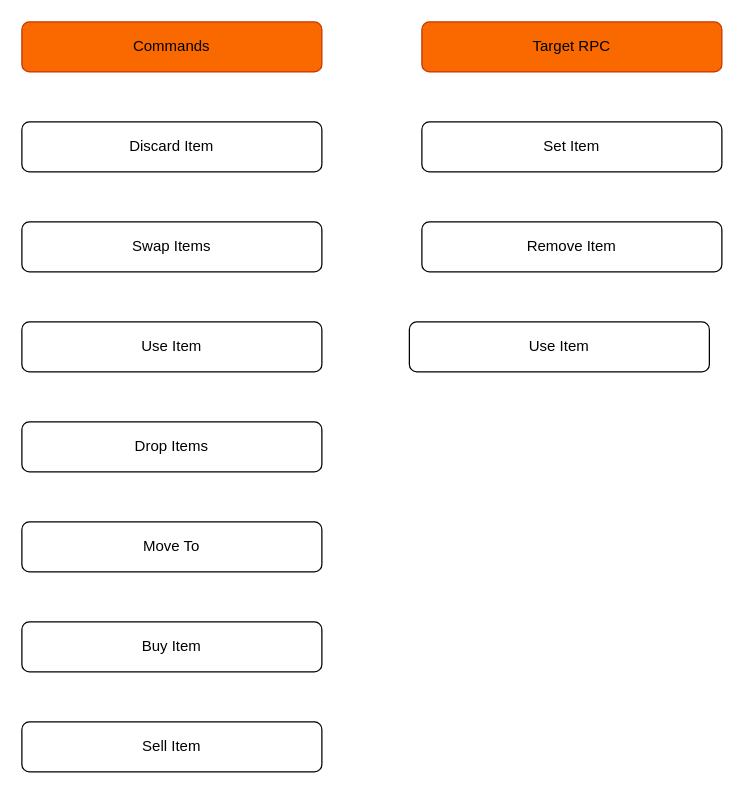
This is Diagrams/Diagramma senza titolo.drawio from andrex903/OdenFlow, a draw.io file, before an edit. Source tidied: cells renumbered, new cells numbered last; positions are measured from the earlier drawing's top-left corner, leaving out a move shared by most shapes. Both pictures are drawn from the tidied source at 125%, with x=0, y=0 at pixel (21, 21).
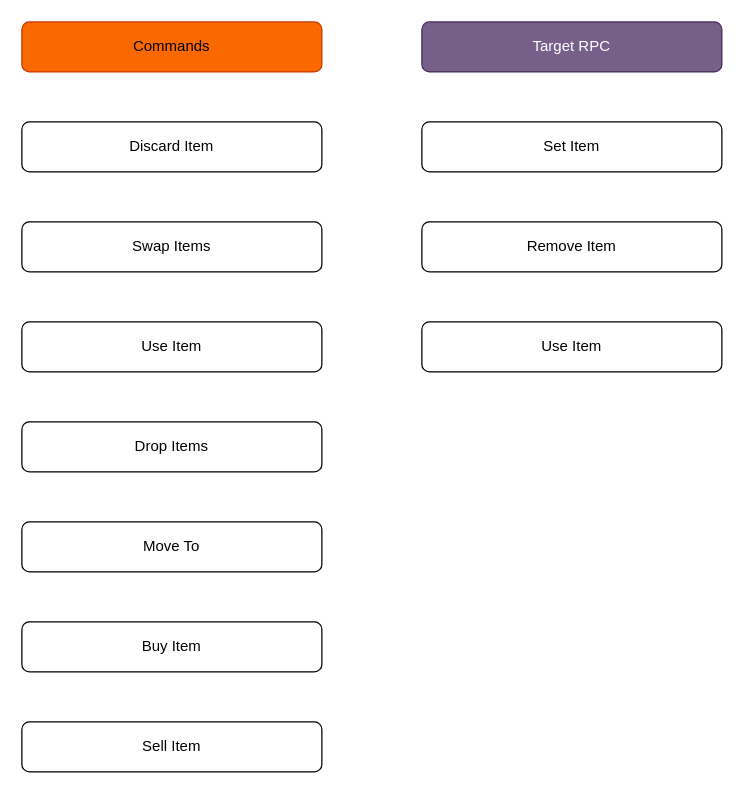
Above is the later version.

Change to the diagram source:
```diff
@@
 <mxGraphModel>
   <root>
     <mxCell id="0" />
     <mxCell id="1" parent="0" />
     <mxCell id="2" value="Discard Item&lt;br&gt;" style="rounded=1;whiteSpace=wrap;html=1;" parent="1" vertex="1">
       <mxGeometry y="80" width="240" height="40" as="geometry" />
     </mxCell>
     <mxCell id="3" value="Swap Items" style="rounded=1;whiteSpace=wrap;html=1;" parent="1" vertex="1">
       <mxGeometry y="160" width="240" height="40" as="geometry" />
     </mxCell>
     <mxCell id="4" value="Set Item" style="rounded=1;whiteSpace=wrap;html=1;" parent="1" vertex="1">
       <mxGeometry x="320" y="80" width="240" height="40" as="geometry" />
     </mxCell>
     <mxCell id="5" value="Remove Item" style="rounded=1;whiteSpace=wrap;html=1;" parent="1" vertex="1">
       <mxGeometry x="320" y="160" width="240" height="40" as="geometry" />
     </mxCell>
     <mxCell id="6" value="Commands&lt;br&gt;" style="rounded=1;whiteSpace=wrap;html=1;fillColor=#fa6800;strokeColor=#C73500;fontColor=#000000;" parent="1" vertex="1">
       <mxGeometry width="240" height="40" as="geometry" />
     </mxCell>
-    <mxCell id="7" value="Target RPC" style="rounded=1;whiteSpace=wrap;html=1;fillColor=#fa6800;strokeColor=#C73500;fontColor=#000000;" parent="1" vertex="1">
+    <mxCell id="7" value="Target RPC" style="rounded=1;whiteSpace=wrap;html=1;fillColor=#76608a;strokeColor=#432D57;fontColor=#ffffff;" parent="1" vertex="1">
       <mxGeometry x="320" width="240" height="40" as="geometry" />
     </mxCell>
     <mxCell id="8" value="Use Item&lt;br&gt;" style="rounded=1;whiteSpace=wrap;html=1;" parent="1" vertex="1">
       <mxGeometry y="240" width="240" height="40" as="geometry" />
     </mxCell>
     <mxCell id="9" value="Drop Items" style="rounded=1;whiteSpace=wrap;html=1;" parent="1" vertex="1">
       <mxGeometry y="320" width="240" height="40" as="geometry" />
     </mxCell>
     <mxCell id="10" value="Use Item&lt;br&gt;" style="rounded=1;whiteSpace=wrap;html=1;" parent="1" vertex="1">
-      <mxGeometry x="310" y="240" width="240" height="40" as="geometry" />
+      <mxGeometry x="320" y="240" width="240" height="40" as="geometry" />
     </mxCell>
     <mxCell id="11" value="Move To" style="rounded=1;whiteSpace=wrap;html=1;" parent="1" vertex="1">
       <mxGeometry y="400" width="240" height="40" as="geometry" />
     </mxCell>
     <mxCell id="12" value="Buy Item" style="rounded=1;whiteSpace=wrap;html=1;" parent="1" vertex="1">
       <mxGeometry y="480" width="240" height="40" as="geometry" />
     </mxCell>
     <mxCell id="13" value="Sell Item" style="rounded=1;whiteSpace=wrap;html=1;" parent="1" vertex="1">
       <mxGeometry y="560" width="240" height="40" as="geometry" />
     </mxCell>
   </root>
 </mxGraphModel>
```
